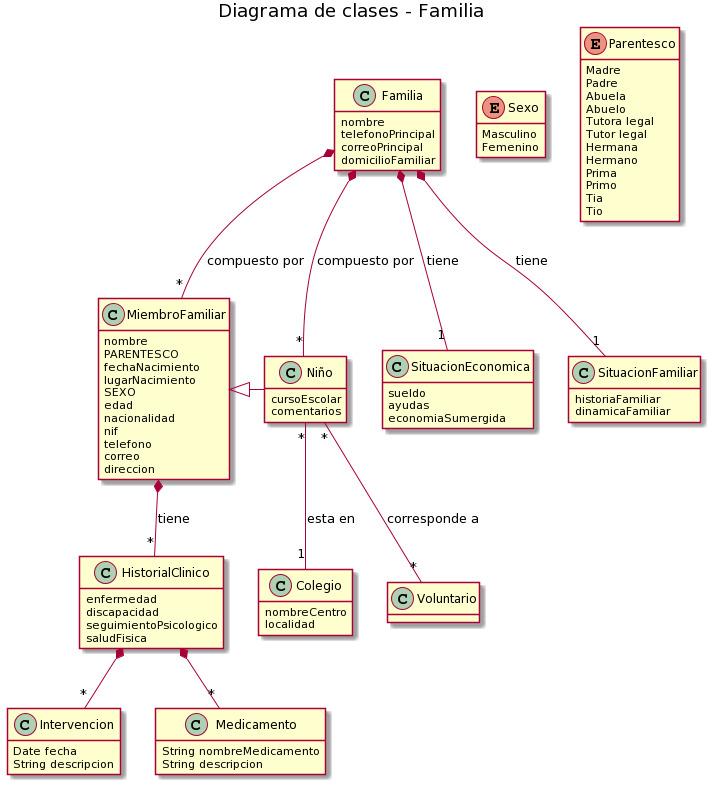
Before: diagrama/Diagramas 2.0/familia.png, a diagram exported from PlantUML (marsamber/proyectoIR).
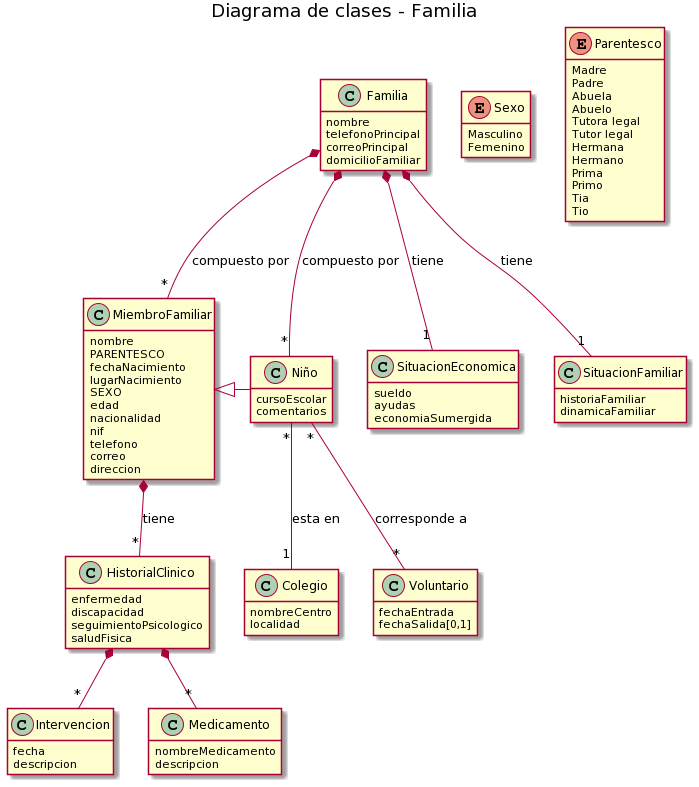
Later version of the same file.

The edit, as a diff of the source:
```diff
@@ -72,16 +72,19 @@
 }
 
 class Intervencion{
-    Date fecha
-    String descripcion
+    fecha
+    descripcion
 }
 
 class Medicamento{
-    String nombreMedicamento
-    String descripcion
+    nombreMedicamento
+    descripcion
 }
 
-class Voluntario
+class Voluntario{
+    fechaEntrada
+    fechaSalida[0,1]
+}
 
 Familia *--"*" MiembroFamiliar:compuesto por
 Familia *--"*" Niño:compuesto por
```
